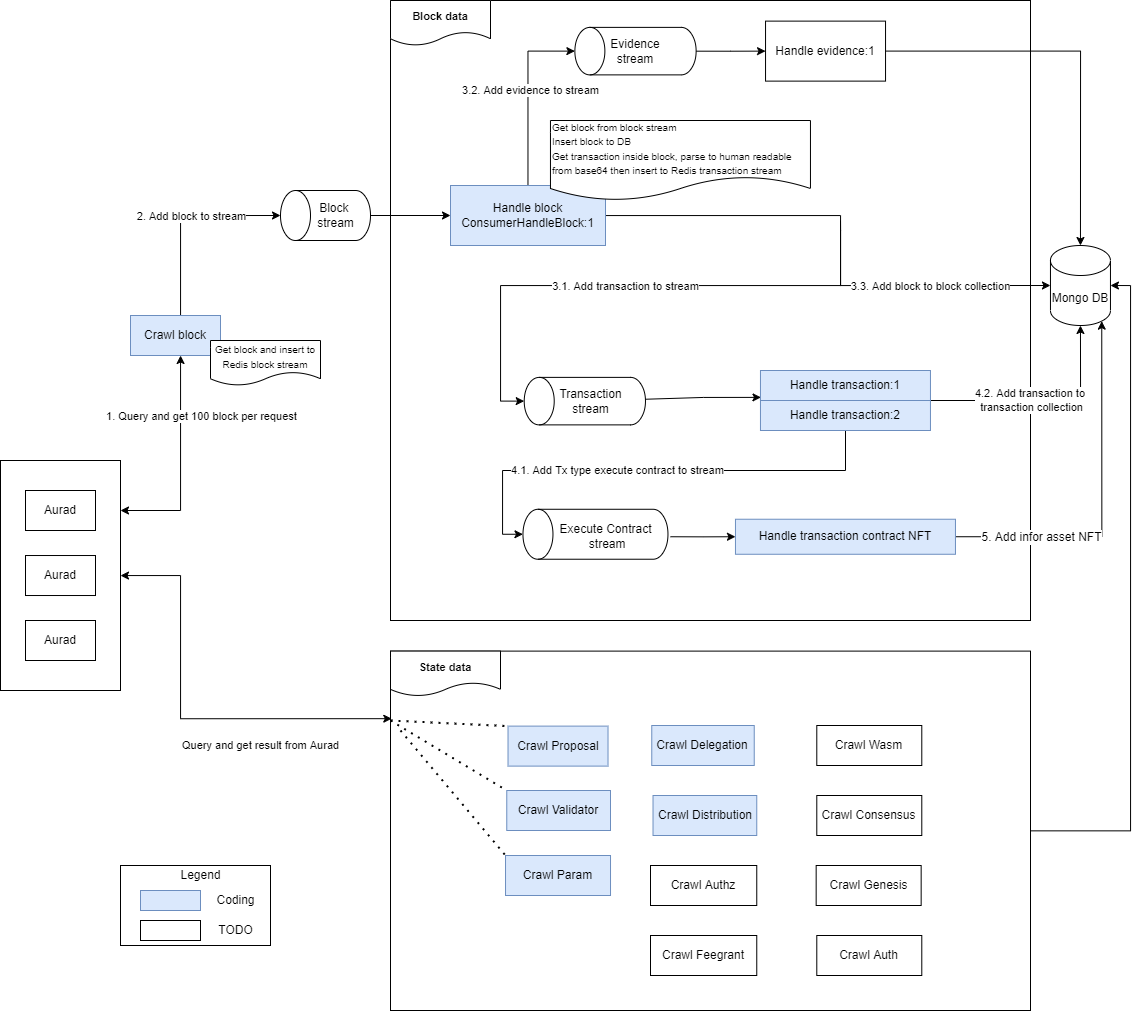
Earlier version of the draw.io export docs/images/mainflow-crawl.png (aura-nw/horoscope). Source tidied: cells renumbered, new cells last; positions are measured from the earlier drawing's top-left corner, leaving out a move shared by most shapes.
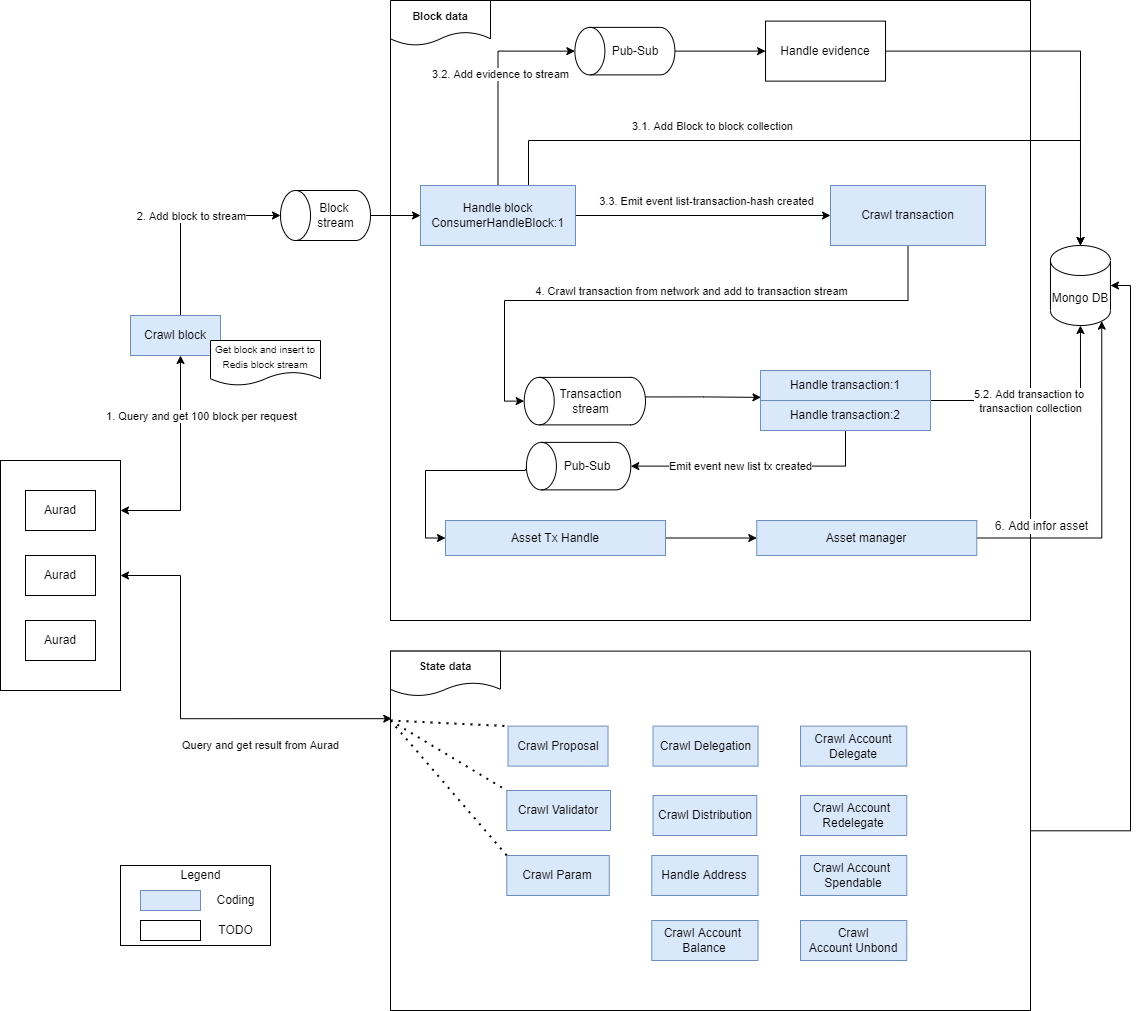
Above is the later version.

What changed in the source:
```diff
@@ -58,35 +58,6 @@
     <mxCell id="14" style="shape=cylinder3;whiteSpace=wrap;html=1;boundedLbl=1;backgroundOutline=1;size=15;rotation=-90;" parent="1" vertex="1">
       <mxGeometry x="300" y="180" width="50" height="90" as="geometry" />
     </mxCell>
-    <mxCell id="15" style="edgeStyle=orthogonalEdgeStyle;rounded=0;jettySize=auto;html=1;entryX=0;entryY=0.5;entryDx=0;entryDy=0;entryPerimeter=0;" parent="1" edge="1" source="21" target="22">
-      <mxGeometry relative="1" as="geometry">
-        <Array as="points">
-          <mxPoint x="840" y="225" />
-          <mxPoint x="840" y="295" />
-        </Array>
-      </mxGeometry>
-    </mxCell>
-    <mxCell id="16" value="3.3. Add block to block collection" style="edgeLabel;html=1;align=center;verticalAlign=middle;" parent="15" vertex="1">
-      <mxGeometry x="-0.43" relative="1" as="geometry">
-        <mxPoint x="179" y="70" as="offset" />
-      </mxGeometry>
-    </mxCell>
-    <mxCell id="17" style="edgeStyle=orthogonalEdgeStyle;rounded=0;jettySize=auto;html=1;entryX=0.5;entryY=0;entryDx=0;entryDy=0;entryPerimeter=0;" parent="1" edge="1" target="24">
-      <mxGeometry relative="1" as="geometry">
-        <mxPoint x="840" y="230" as="sourcePoint" />
-        <Array as="points">
-          <mxPoint x="840" y="240" />
-          <mxPoint x="840" y="295" />
-          <mxPoint x="500" y="295" />
-          <mxPoint x="500" y="396" />
-        </Array>
-      </mxGeometry>
-    </mxCell>
-    <mxCell id="18" value="3.1. Add transaction to stream" style="edgeLabel;html=1;align=center;verticalAlign=middle;" parent="17" vertex="1">
-      <mxGeometry x="0.21" y="2" relative="1" as="geometry">
-        <mxPoint x="49" y="-2" as="offset" />
-      </mxGeometry>
-    </mxCell>
     <mxCell id="19" style="edgeStyle=orthogonalEdgeStyle;rounded=0;jettySize=auto;html=1;entryX=0.5;entryY=0;entryDx=0;entryDy=0;entryPerimeter=0;" parent="1" edge="1" source="21" target="56">
       <mxGeometry relative="1" as="geometry" />
     </mxCell>
@@ -95,16 +66,37 @@
         <mxPoint y="6" as="offset" />
       </mxGeometry>
     </mxCell>
+    <mxCell id="15" style="edgeStyle=orthogonalEdgeStyle;rounded=0;jettySize=auto;html=1;" parent="1" edge="1" source="21" target="22">
+      <mxGeometry relative="1" as="geometry">
+        <Array as="points">
+          <mxPoint x="528" y="150" />
+          <mxPoint x="1080" y="150" />
+        </Array>
+      </mxGeometry>
+    </mxCell>
+    <mxCell id="71" value="3.1. Add Block to block collection" style="edgeLabel;html=1;align=center;verticalAlign=middle;" parent="15" vertex="1">
+      <mxGeometry x="-0.35" relative="1" as="geometry">
+        <mxPoint y="-15" as="offset" />
+      </mxGeometry>
+    </mxCell>
+    <mxCell id="72" style="edgeStyle=orthogonalEdgeStyle;rounded=0;jettySize=auto;html=1;" parent="1" edge="1" source="21" target="78">
+      <mxGeometry relative="1" as="geometry" />
+    </mxCell>
+    <mxCell id="73" value="3.3. Emit event list-transaction-hash created" style="edgeLabel;html=1;align=center;verticalAlign=middle;" parent="72" vertex="1">
+      <mxGeometry x="0.36" y="1" relative="1" as="geometry">
+        <mxPoint x="-43" y="-14" as="offset" />
+      </mxGeometry>
+    </mxCell>
     <mxCell id="21" value="Handle block&lt;br&gt;ConsumerHandleBlock:1" style="whiteSpace=wrap;html=1;fillColor=#dae8fc;strokeColor=#6c8ebf;" parent="1" vertex="1">
-      <mxGeometry x="450" y="195" width="155" height="60" as="geometry" />
+      <mxGeometry x="420" y="195" width="155" height="60" as="geometry" />
     </mxCell>
     <mxCell id="22" value="Mongo DB" style="shape=cylinder3;whiteSpace=wrap;html=1;boundedLbl=1;backgroundOutline=1;size=15;" parent="1" vertex="1">
       <mxGeometry x="1050" y="255" width="60" height="80" as="geometry" />
     </mxCell>
-    <mxCell id="23" style="edgeStyle=orthogonalEdgeStyle;rounded=0;jettySize=auto;html=1;entryX=0.003;entryY=0.896;entryDx=0;entryDy=0;entryPerimeter=0;" parent="1" edge="1" source="24" target="27">
+    <mxCell id="23" style="edgeStyle=orthogonalEdgeStyle;rounded=0;jettySize=auto;html=1;entryX=0.003;entryY=0.896;entryDx=0;entryDy=0;entryPerimeter=0;exitX=0.588;exitY=0.998;exitDx=0;exitDy=0;exitPerimeter=0;" parent="1" edge="1" source="24" target="27">
       <mxGeometry relative="1" as="geometry">
         <Array as="points">
-          <mxPoint x="703" y="407" />
+          <mxPoint x="703" y="406" />
         </Array>
       </mxGeometry>
     </mxCell>
@@ -127,53 +119,39 @@
         </Array>
       </mxGeometry>
     </mxCell>
-    <mxCell id="29" value="4.2. Add transaction to &lt;br&gt;transaction collection" style="edgeLabel;html=1;align=center;verticalAlign=middle;" parent="28" vertex="1">
+    <mxCell id="29" value="5.2. Add transaction to &lt;br&gt;transaction collection" style="edgeLabel;html=1;align=center;verticalAlign=middle;" parent="28" vertex="1">
       <mxGeometry x="0.85" y="-2" relative="1" as="geometry">
         <mxPoint x="-52" y="58" as="offset" />
       </mxGeometry>
     </mxCell>
-    <mxCell id="30" style="edgeStyle=orthogonalEdgeStyle;rounded=0;jettySize=auto;html=1;entryX=0.5;entryY=0;entryDx=0;entryDy=0;entryPerimeter=0;" parent="1" edge="1" source="32" target="35">
-      <mxGeometry relative="1" as="geometry">
-        <Array as="points">
-          <mxPoint x="845" y="480" />
-          <mxPoint x="502" y="480" />
-          <mxPoint x="502" y="544" />
-        </Array>
-      </mxGeometry>
-    </mxCell>
-    <mxCell id="31" value="4.1. Add Tx type execute contract to stream" style="edgeLabel;html=1;align=center;verticalAlign=middle;" parent="30" vertex="1">
-      <mxGeometry x="0.15" y="-1" relative="1" as="geometry" />
-    </mxCell>
+    <mxCell id="74" style="edgeStyle=orthogonalEdgeStyle;rounded=0;jettySize=auto;html=1;entryX=0.5;entryY=1;entryDx=0;entryDy=0;entryPerimeter=0;" parent="1" edge="1" source="32" target="88">
+      <mxGeometry relative="1" as="geometry">
+        <Array as="points">
+          <mxPoint x="845" y="476" />
+        </Array>
+      </mxGeometry>
+    </mxCell>
+    <mxCell id="75" value="Emit event new list tx created" style="edgeLabel;html=1;align=center;verticalAlign=middle;" parent="74" vertex="1">
+      <mxGeometry x="0.38" y="-3" relative="1" as="geometry">
+        <mxPoint x="32" y="3" as="offset" />
+      </mxGeometry>
+    </mxCell>
     <mxCell id="32" value="Handle transaction:2" style="whiteSpace=wrap;html=1;fillColor=#dae8fc;strokeColor=#6c8ebf;" parent="1" vertex="1">
       <mxGeometry x="760" y="410" width="170" height="30" as="geometry" />
     </mxCell>
     <mxCell id="33" value="&lt;font style=&quot;font-size: 10px;&quot;&gt;Get block and insert to Redis block stream&lt;br&gt;&lt;/font&gt;" style="shape=document;whiteSpace=wrap;html=1;boundedLbl=1;" parent="1" vertex="1">
       <mxGeometry x="210" y="350" width="110" height="45" as="geometry" />
     </mxCell>
-    <mxCell id="34" value="&lt;font style=&quot;font-size: 10px;&quot;&gt;Get block from block stream&lt;br&gt;Insert block to DB&lt;br&gt;Get transaction inside block, parse to human readable from base64 then insert to Redis transaction stream&lt;/font&gt;" style="shape=document;whiteSpace=wrap;html=1;boundedLbl=1;align=left;" parent="1" vertex="1">
-      <mxGeometry x="550" y="130" width="260" height="80" as="geometry" />
-    </mxCell>
-    <mxCell id="35" style="shape=cylinder3;whiteSpace=wrap;html=1;boundedLbl=1;backgroundOutline=1;size=15;rotation=-90;" parent="1" vertex="1">
-      <mxGeometry x="570" y="471.2" width="50" height="145" as="geometry" />
-    </mxCell>
-    <mxCell id="36" style="edgeStyle=orthogonalEdgeStyle;rounded=0;jettySize=auto;html=1;fontSize=12;startArrow=none;startFill=0;" parent="1" edge="1" target="40">
-      <mxGeometry relative="1" as="geometry">
-        <mxPoint x="670" y="546.2" as="sourcePoint" />
-      </mxGeometry>
-    </mxCell>
-    <mxCell id="37" value="Execute Contract&lt;br&gt;&amp;nbsp;stream" style="text;html=1;align=center;verticalAlign=middle;strokeColor=none;fillColor=none;fontSize=12;" parent="1" vertex="1">
-      <mxGeometry x="550" y="531.3" width="110" height="30" as="geometry" />
-    </mxCell>
     <mxCell id="38" style="edgeStyle=orthogonalEdgeStyle;rounded=0;jettySize=auto;html=1;entryX=0.855;entryY=1;entryDx=0;entryDy=-4.35;entryPerimeter=0;fontSize=12;startArrow=none;startFill=0;" parent="1" edge="1" source="40" target="22">
       <mxGeometry relative="1" as="geometry" />
     </mxCell>
-    <mxCell id="39" value="5. Add infor asset NFT" style="edgeLabel;html=1;align=center;verticalAlign=middle;fontSize=12;" parent="38" vertex="1">
+    <mxCell id="39" value="6. Add infor asset" style="edgeLabel;html=1;align=center;verticalAlign=middle;fontSize=12;" parent="38" vertex="1">
       <mxGeometry x="-0.09" y="-1" relative="1" as="geometry">
         <mxPoint x="-62" y="18" as="offset" />
       </mxGeometry>
     </mxCell>
-    <mxCell id="40" value="Handle transaction contract NFT" style="whiteSpace=wrap;html=1;fillColor=#dae8fc;strokeColor=#6c8ebf;" parent="1" vertex="1">
-      <mxGeometry x="735" y="528.7" width="220" height="35" as="geometry" />
+    <mxCell id="40" value="Asset manager" style="whiteSpace=wrap;html=1;fillColor=#dae8fc;strokeColor=#6c8ebf;" parent="1" vertex="1">
+      <mxGeometry x="756.3" y="530" width="220" height="35" as="geometry" />
     </mxCell>
     <mxCell id="41" value="&lt;font style=&quot;font-size: 12px;&quot;&gt;Crawl Proposal&lt;/font&gt;" style="whiteSpace=wrap;html=1;fontSize=10;fillColor=#dae8fc;strokeColor=#6c8ebf;" parent="1" vertex="1">
       <mxGeometry x="507.5" y="735.6" width="100" height="40" as="geometry" />
@@ -203,48 +181,33 @@
         <mxPoint x="390" y="730" as="sourcePoint" />
       </mxGeometry>
     </mxCell>
-    <mxCell id="49" value="&lt;font style=&quot;font-size: 12px;&quot;&gt;Crawl Delegation&lt;br&gt;&lt;/font&gt;" style="whiteSpace=wrap;html=1;fontSize=10;fillColor=#dae8fc;strokeColor=#6c8ebf;" parent="1" vertex="1">
-      <mxGeometry x="651.3" y="735" width="102.5" height="40" as="geometry" />
+    <mxCell id="49" value="&lt;font style=&quot;font-size: 12px;&quot;&gt;Crawl Param&lt;br&gt;&lt;/font&gt;" style="whiteSpace=wrap;html=1;fontSize=10;fillColor=#dae8fc;strokeColor=#6c8ebf;" parent="1" vertex="1">
+      <mxGeometry x="506.3" y="865" width="102.5" height="40" as="geometry" />
     </mxCell>
     <mxCell id="50" value="&lt;font style=&quot;font-size: 12px;&quot;&gt;Crawl Distribution&lt;br&gt;&lt;/font&gt;" style="whiteSpace=wrap;html=1;fontSize=10;fillColor=#dae8fc;strokeColor=#6c8ebf;" parent="1" vertex="1">
       <mxGeometry x="652.5" y="805" width="103.7" height="40" as="geometry" />
     </mxCell>
-    <mxCell id="51" value="&lt;font style=&quot;font-size: 12px;&quot;&gt;Crawl Authz&lt;br&gt;&lt;/font&gt;" style="whiteSpace=wrap;html=1;fontSize=10;" parent="1" vertex="1">
-      <mxGeometry x="650" y="875" width="106.3" height="40" as="geometry" />
+    <mxCell id="51" value="&lt;font style=&quot;font-size: 12px;&quot;&gt;Handle Address&lt;br&gt;&lt;/font&gt;" style="whiteSpace=wrap;html=1;fontSize=10;fillColor=#dae8fc;strokeColor=#6c8ebf;" parent="1" vertex="1">
+      <mxGeometry x="651.3" y="865" width="106.3" height="40" as="geometry" />
     </mxCell>
-    <mxCell id="52" value="&lt;font style=&quot;font-size: 12px;&quot;&gt;Crawl Param&lt;br&gt;&lt;/font&gt;" style="whiteSpace=wrap;html=1;fontSize=10;fillColor=#dae8fc;strokeColor=#6c8ebf;" parent="1" vertex="1">
-      <mxGeometry x="505" y="865" width="105" height="40" as="geometry" />
+    <mxCell id="52" value="&lt;font style=&quot;font-size: 12px;&quot;&gt;Crawl Delegation&lt;br&gt;&lt;/font&gt;" style="whiteSpace=wrap;html=1;fontSize=10;fillColor=#dae8fc;strokeColor=#6c8ebf;" parent="1" vertex="1">
+      <mxGeometry x="652.5" y="735.6" width="105" height="40" as="geometry" />
     </mxCell>
     <mxCell id="53" style="edgeStyle=orthogonalEdgeStyle;rounded=0;jettySize=auto;html=1;entryX=0.5;entryY=0;entryDx=0;entryDy=0;entryPerimeter=0;" parent="1" edge="1" source="54" target="22">
       <mxGeometry relative="1" as="geometry" />
     </mxCell>
-    <mxCell id="54" value="Handle evidence:1" style="whiteSpace=wrap;html=1;" parent="1" vertex="1">
+    <mxCell id="54" value="Handle evidence" style="whiteSpace=wrap;html=1;" parent="1" vertex="1">
       <mxGeometry x="765" y="30.6" width="120" height="60" as="geometry" />
     </mxCell>
     <mxCell id="55" style="edgeStyle=orthogonalEdgeStyle;rounded=0;jettySize=auto;html=1;entryX=0;entryY=0.5;entryDx=0;entryDy=0;" parent="1" edge="1" source="56" target="54">
       <mxGeometry relative="1" as="geometry" />
     </mxCell>
     <mxCell id="56" style="shape=cylinder3;whiteSpace=wrap;html=1;boundedLbl=1;backgroundOutline=1;size=15;rotation=-90;" parent="1" vertex="1">
-      <mxGeometry x="611.2" width="47.5" height="121.2" as="geometry" />
+      <mxGeometry x="600.6" y="10.6" width="47.5" height="100" as="geometry" />
     </mxCell>
-    <mxCell id="57" value="Evidence stream" style="text;html=1;strokeColor=none;fillColor=none;align=center;verticalAlign=middle;whiteSpace=wrap;rounded=0;" parent="1" vertex="1">
+    <mxCell id="57" value="Pub-Sub" style="text;html=1;strokeColor=none;fillColor=none;align=center;verticalAlign=middle;whiteSpace=wrap;rounded=0;" parent="1" vertex="1">
       <mxGeometry x="605" y="45.6" width="60" height="30" as="geometry" />
     </mxCell>
-    <mxCell id="58" value="&lt;font style=&quot;font-size: 12px;&quot;&gt;Crawl Feegrant&lt;br&gt;&lt;/font&gt;" style="whiteSpace=wrap;html=1;fontSize=10;" parent="1" vertex="1">
-      <mxGeometry x="650" y="945" width="106.3" height="40" as="geometry" />
-    </mxCell>
-    <mxCell id="59" value="&lt;font style=&quot;font-size: 12px;&quot;&gt;Crawl Wasm&lt;br&gt;&lt;/font&gt;" style="whiteSpace=wrap;html=1;fontSize=10;" parent="1" vertex="1">
-      <mxGeometry x="816.3" y="735" width="105" height="40" as="geometry" />
-    </mxCell>
-    <mxCell id="60" value="&lt;font style=&quot;font-size: 12px;&quot;&gt;Crawl Auth&lt;br&gt;&lt;/font&gt;" style="whiteSpace=wrap;html=1;fontSize=10;" parent="1" vertex="1">
-      <mxGeometry x="816.3" y="945" width="105" height="40" as="geometry" />
-    </mxCell>
-    <mxCell id="61" value="&lt;font style=&quot;font-size: 12px;&quot;&gt;Crawl Consensus&lt;br&gt;&lt;/font&gt;" style="whiteSpace=wrap;html=1;fontSize=10;" parent="1" vertex="1">
-      <mxGeometry x="816.3" y="805" width="105" height="40" as="geometry" />
-    </mxCell>
-    <mxCell id="62" value="&lt;font style=&quot;font-size: 12px;&quot;&gt;Crawl Genesis&lt;br&gt;&lt;/font&gt;" style="whiteSpace=wrap;html=1;fontSize=10;" parent="1" vertex="1">
-      <mxGeometry x="815.7" y="875" width="105" height="40" as="geometry" />
-    </mxCell>
     <mxCell id="63" value="&lt;span style=&quot;color: rgb(0, 0, 0); font-family: Helvetica; font-size: 11px; font-style: normal; font-variant-ligatures: normal; font-variant-caps: normal; font-weight: 400; letter-spacing: normal; orphans: 2; text-align: center; text-indent: 0px; text-transform: none; widows: 2; word-spacing: 0px; -webkit-text-stroke-width: 0px; background-color: rgb(255, 255, 255); text-decoration-thickness: initial; text-decoration-style: initial; text-decoration-color: initial; float: none; display: inline !important;&quot;&gt;Query and get result from Aurad&lt;/span&gt;" style="text;whiteSpace=wrap;html=1;" parent="1" vertex="1">
       <mxGeometry x="180" y="740.6" width="180" height="30" as="geometry" />
     </mxCell>
@@ -266,10 +229,63 @@
     <mxCell id="69" value="Legend" style="text;html=1;align=center;verticalAlign=middle;strokeColor=none;fillColor=none;" parent="1" vertex="1">
       <mxGeometry x="170" y="875" width="60" height="20" as="geometry" />
     </mxCell>
-    <mxCell id="70" style="endArrow=none;dashed=1;html=1;dashPattern=1 3;strokeWidth=2;rounded=0;fontSize=11;entryX=0;entryY=0;entryDx=0;entryDy=0;" parent="1" edge="1" target="52">
-      <mxGeometry relative="1" as="geometry">
-        <mxPoint x="400" y="740" as="sourcePoint" />
-      </mxGeometry>
-    </mxCell>
+    <mxCell id="76" style="edgeStyle=orthogonalEdgeStyle;rounded=0;jettySize=auto;html=1;entryX=0.5;entryY=0;entryDx=0;entryDy=0;entryPerimeter=0;" parent="1" edge="1" source="78" target="24">
+      <mxGeometry relative="1" as="geometry">
+        <Array as="points">
+          <mxPoint x="908" y="310" />
+          <mxPoint x="504" y="310" />
+          <mxPoint x="504" y="411" />
+        </Array>
+      </mxGeometry>
+    </mxCell>
+    <mxCell id="77" value="4. Crawl transaction from network and add to transaction stream" style="edgeLabel;html=1;align=center;verticalAlign=middle;" parent="76" vertex="1">
+      <mxGeometry x="0.09" y="3" relative="1" as="geometry">
+        <mxPoint x="44" y="-13" as="offset" />
+      </mxGeometry>
+    </mxCell>
+    <mxCell id="78" value="Crawl transaction" style="whiteSpace=wrap;html=1;fillColor=#dae8fc;strokeColor=#6c8ebf;" parent="1" vertex="1">
+      <mxGeometry x="830" y="195" width="155" height="60" as="geometry" />
+    </mxCell>
+    <mxCell id="79" style="endArrow=none;dashed=1;html=1;dashPattern=1 3;strokeWidth=2;rounded=0;fontSize=11;entryX=0;entryY=0;entryDx=0;entryDy=0;" parent="1" edge="1" target="49">
+      <mxGeometry relative="1" as="geometry">
+        <mxPoint x="390" y="730" as="sourcePoint" />
+      </mxGeometry>
+    </mxCell>
+    <mxCell id="80" value="&lt;font style=&quot;font-size: 12px;&quot;&gt;Crawl Account&amp;nbsp; Balance&lt;br&gt;&lt;/font&gt;" style="whiteSpace=wrap;html=1;fontSize=10;fillColor=#dae8fc;strokeColor=#6c8ebf;" parent="1" vertex="1">
+      <mxGeometry x="651.3" y="930" width="106.3" height="40" as="geometry" />
+    </mxCell>
+    <mxCell id="81" value="&lt;font style=&quot;font-size: 12px;&quot;&gt;Crawl Account Delegate&lt;br&gt;&lt;/font&gt;" style="whiteSpace=wrap;html=1;fontSize=10;fillColor=#dae8fc;strokeColor=#6c8ebf;" parent="1" vertex="1">
+      <mxGeometry x="800" y="735.6" width="106.3" height="40" as="geometry" />
+    </mxCell>
+    <mxCell id="82" value="&lt;font style=&quot;font-size: 12px;&quot;&gt;Crawl Account&amp;nbsp; Redelegate&lt;br&gt;&lt;/font&gt;" style="whiteSpace=wrap;html=1;fontSize=10;fillColor=#dae8fc;strokeColor=#6c8ebf;" parent="1" vertex="1">
+      <mxGeometry x="800" y="805" width="106.3" height="40" as="geometry" />
+    </mxCell>
+    <mxCell id="83" value="&lt;font style=&quot;font-size: 12px;&quot;&gt;Crawl Account&amp;nbsp; Spendable&lt;br&gt;&lt;/font&gt;" style="whiteSpace=wrap;html=1;fontSize=10;fillColor=#dae8fc;strokeColor=#6c8ebf;" parent="1" vertex="1">
+      <mxGeometry x="800" y="865" width="106.3" height="40" as="geometry" />
+    </mxCell>
+    <mxCell id="84" value="&lt;font style=&quot;font-size: 12px;&quot;&gt;Crawl Account&amp;nbsp;Unbond&lt;br&gt;&lt;/font&gt;" style="whiteSpace=wrap;html=1;fontSize=10;fillColor=#dae8fc;strokeColor=#6c8ebf;" parent="1" vertex="1">
+      <mxGeometry x="800" y="930" width="106.3" height="40" as="geometry" />
+    </mxCell>
+    <mxCell id="85" style="edgeStyle=orthogonalEdgeStyle;rounded=0;jettySize=auto;html=1;entryX=0;entryY=0.5;entryDx=0;entryDy=0;" parent="1" edge="1" source="86" target="40">
+      <mxGeometry relative="1" as="geometry" />
+    </mxCell>
+    <mxCell id="86" value="Asset Tx Handle" style="whiteSpace=wrap;html=1;fillColor=#dae8fc;strokeColor=#6c8ebf;" parent="1" vertex="1">
+      <mxGeometry x="445" y="530" width="220" height="35" as="geometry" />
+    </mxCell>
+    <mxCell id="87" style="edgeStyle=orthogonalEdgeStyle;rounded=0;jettySize=auto;html=1;entryX=0;entryY=0.5;entryDx=0;entryDy=0;exitX=0.442;exitY=-0.009;exitDx=0;exitDy=0;exitPerimeter=0;" parent="1" edge="1" source="88" target="86">
+      <mxGeometry relative="1" as="geometry">
+        <Array as="points">
+          <mxPoint x="525" y="480" />
+          <mxPoint x="425" y="480" />
+          <mxPoint x="425" y="548" />
+        </Array>
+      </mxGeometry>
+    </mxCell>
+    <mxCell id="88" style="shape=cylinder3;whiteSpace=wrap;html=1;boundedLbl=1;backgroundOutline=1;size=15;rotation=-90;" parent="1" vertex="1">
+      <mxGeometry x="554.3" y="423.4" width="47.5" height="104.4" as="geometry" />
+    </mxCell>
+    <mxCell id="89" value="Pub-Sub" style="text;html=1;strokeColor=none;fillColor=none;align=center;verticalAlign=middle;whiteSpace=wrap;rounded=0;" parent="1" vertex="1">
+      <mxGeometry x="556.5" y="460.6" width="60" height="30" as="geometry" />
+    </mxCell>
   </root>
 </mxGraphModel>
```
